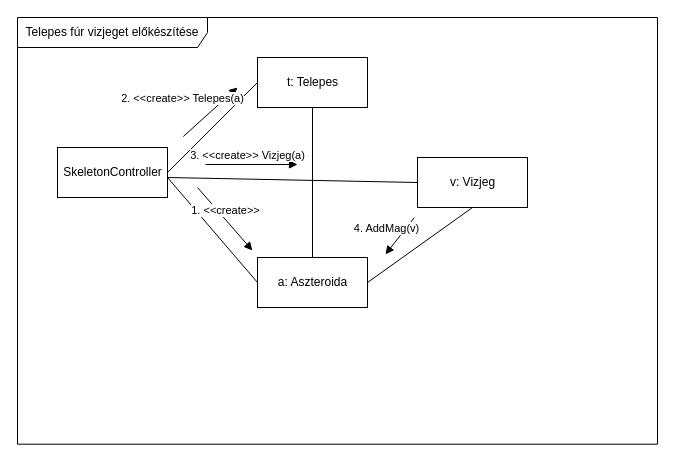
Earlier version of the draw.io diagram page "vizjeg" (2 of 4) of doc/kommunikacio/kom_TelepesFur.drawio (torpeBoiGo/aszteroidabanyaszat). Source tidied: cells renumbered, new cells numbered last; positions are measured from the earlier drawing's top-left corner, leaving out a move shared by most shapes. Both pictures are drawn from the tidied source at 100%, with x=0, y=0 at pixel (17, 17).
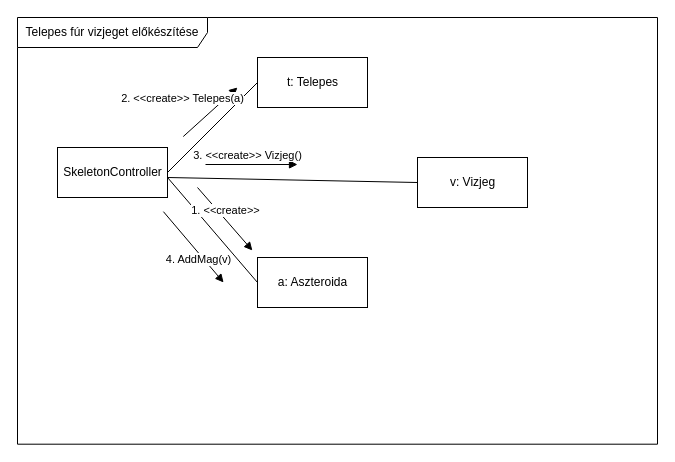
After the change.

What changed in the source:
```diff
@@
 <mxGraphModel>
   <root>
     <mxCell id="0" />
     <mxCell id="1" parent="0" />
     <mxCell id="2" value="Telepes fúr vizjeget előkészítése" style="shape=umlFrame;whiteSpace=wrap;html=1;width=190;height=30;" parent="1" vertex="1">
       <mxGeometry width="640" height="426.7" as="geometry" />
     </mxCell>
     <mxCell id="3" value="SkeletonController" style="html=1;" parent="1" vertex="1">
       <mxGeometry x="40" y="130" width="110" height="50" as="geometry" />
     </mxCell>
     <mxCell id="4" value="t: Telepes" style="html=1;" parent="1" vertex="1">
       <mxGeometry x="240" y="40" width="110" height="50" as="geometry" />
     </mxCell>
     <mxCell id="5" value="a: Aszteroida" style="html=1;" parent="1" vertex="1">
       <mxGeometry x="240" y="240" width="110" height="50" as="geometry" />
     </mxCell>
     <mxCell id="6" value="v: Vizjeg" style="html=1;" parent="1" vertex="1">
       <mxGeometry x="400" y="140" width="110" height="50" as="geometry" />
     </mxCell>
     <mxCell id="7" style="endArrow=none;html=1;exitX=1;exitY=0.5;exitDx=0;exitDy=0;entryX=0;entryY=0.5;entryDx=0;entryDy=0;" parent="1" edge="1" source="3" target="4">
       <mxGeometry relative="1" as="geometry" />
     </mxCell>
     <mxCell id="8" value="2. &amp;lt;&amp;lt;create&amp;gt;&amp;gt; Telepes(a)" style="html=1;verticalAlign=bottom;endArrow=block;exitX=0.259;exitY=0.279;exitDx=0;exitDy=0;exitPerimeter=0;" parent="1" edge="1" source="2">
       <mxGeometry x="-0.47" y="22" relative="1" as="geometry">
         <mxPoint x="220" y="70" as="targetPoint" />
       </mxGeometry>
     </mxCell>
     <mxCell id="9" style="endArrow=none;html=1;entryX=0;entryY=0.5;entryDx=0;entryDy=0;" parent="1" edge="1" target="5">
       <mxGeometry relative="1" as="geometry">
         <mxPoint x="150" y="160" as="sourcePoint" />
       </mxGeometry>
     </mxCell>
     <mxCell id="10" value="1. &amp;lt;&amp;lt;create&amp;gt;&amp;gt;" style="html=1;verticalAlign=bottom;endArrow=block;entryX=0.367;entryY=0.546;entryDx=0;entryDy=0;entryPerimeter=0;" parent="1" edge="1" target="2">
       <mxGeometry relative="1" as="geometry">
         <mxPoint x="180" y="170" as="sourcePoint" />
       </mxGeometry>
     </mxCell>
-    <mxCell id="11" style="endArrow=none;html=1;entryX=0.5;entryY=1;entryDx=0;entryDy=0;" parent="1" edge="1" source="5" target="4">
-      <mxGeometry relative="1" as="geometry" />
-    </mxCell>
     <mxCell id="12" style="endArrow=none;html=1;entryX=0;entryY=0.5;entryDx=0;entryDy=0;" parent="1" edge="1" target="6">
       <mxGeometry relative="1" as="geometry">
         <mxPoint x="150" y="160" as="sourcePoint" />
       </mxGeometry>
     </mxCell>
-    <mxCell id="13" value="3. &amp;lt;&amp;lt;create&amp;gt;&amp;gt; Vizjeg(a)" style="html=1;verticalAlign=bottom;endArrow=block;" parent="1" edge="1">
+    <mxCell id="13" value="3. &amp;lt;&amp;lt;create&amp;gt;&amp;gt; Vizjeg()" style="html=1;verticalAlign=bottom;endArrow=block;" parent="1" edge="1">
       <mxGeometry x="-0.09" relative="1" as="geometry">
         <mxPoint x="188" y="147" as="sourcePoint" />
         <mxPoint x="280" y="147" as="targetPoint" />
       </mxGeometry>
     </mxCell>
-    <mxCell id="14" style="endArrow=none;html=1;exitX=1;exitY=0.5;exitDx=0;exitDy=0;entryX=0.5;entryY=1;entryDx=0;entryDy=0;" parent="1" edge="1" source="5" target="6">
-      <mxGeometry relative="1" as="geometry" />
-    </mxCell>
-    <mxCell id="15" value="4. AddMag(v)" style="html=1;verticalAlign=bottom;endArrow=block;exitX=0.62;exitY=0.469;exitDx=0;exitDy=0;exitPerimeter=0;entryX=0.575;entryY=0.555;entryDx=0;entryDy=0;entryPerimeter=0;" parent="1" edge="1" source="2" target="2">
+    <mxCell id="15" value="4. AddMag(v)" style="html=1;verticalAlign=bottom;endArrow=block;exitX=0.228;exitY=0.455;exitDx=0;exitDy=0;exitPerimeter=0;entryX=0.322;entryY=0.621;entryDx=0;entryDy=0;entryPerimeter=0;" parent="1" edge="1" source="2" target="2">
       <mxGeometry x="0.43" y="-10" relative="1" as="geometry" />
     </mxCell>
   </root>
 </mxGraphModel>
```
